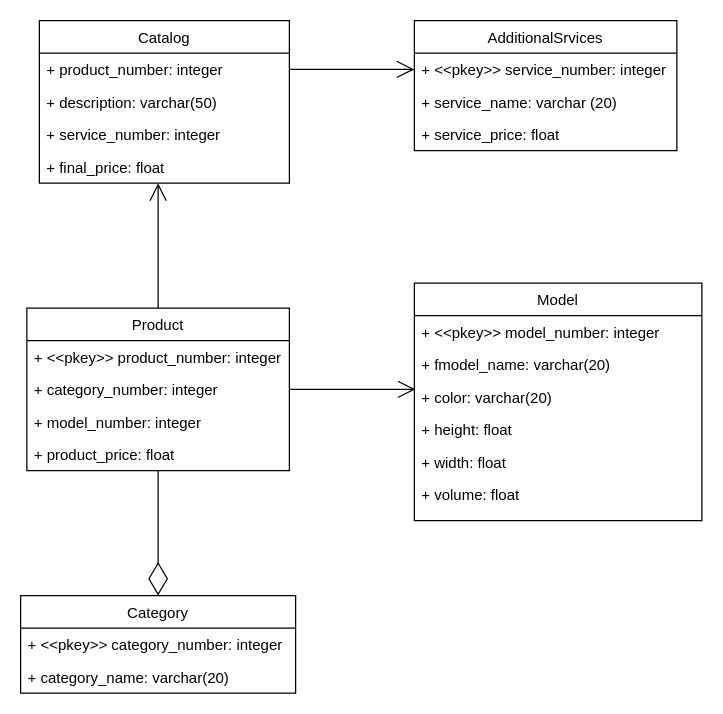
Above: page "Page-1" (1 of 4) of Untitled Diagram.drawio in Someone-dono/- (draw.io), before the change. Source tidied: cells renumbered, new cells numbered last; positions are measured from the earlier drawing's top-left corner, leaving out a move shared by most shapes. Both pictures are drawn from the tidied source at 125%, with x=0, y=0 at pixel (20, 20).
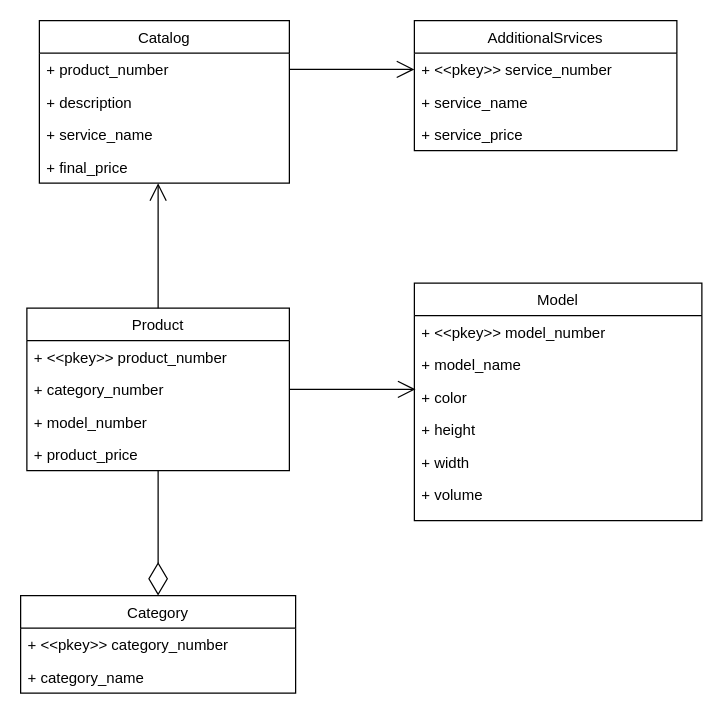
Above is the later version.

The change refers to these unchanged cells:
```xml
<mxCell id="3" value="AdditionalSrvices" style="swimlane;fontStyle=0;horizontal=1;startSize=26;fillColor=none;" parent="2" vertex="1">
  <mxGeometry x="315" width="210" height="104" as="geometry" />
</mxCell>
<mxCell id="7" value="Catalog" style="swimlane;fontStyle=0;horizontal=1;startSize=26;fillColor=none;" parent="2" vertex="1">
  <mxGeometry x="15" width="200" height="130" as="geometry" />
</mxCell>
<mxCell id="12" value="Product" style="swimlane;fontStyle=0;horizontal=1;startSize=26;fillColor=none;" parent="2" vertex="1">
  <mxGeometry x="5" y="230" width="210" height="130" as="geometry" />
</mxCell>
<mxCell id="17" value="Category" style="swimlane;fontStyle=0;horizontal=1;startSize=26;fillColor=none;" parent="2" vertex="1">
  <mxGeometry y="460" width="220" height="78" as="geometry" />
</mxCell>
<mxCell id="20" value="Model" style="swimlane;fontStyle=0;horizontal=1;startSize=26;fillColor=none;" parent="2" vertex="1">
  <mxGeometry x="315" y="210" width="230" height="190" as="geometry" />
</mxCell>
```

What changed in the source:
```diff
@@
-    <mxCell id="4" value="+ &lt;&lt;pkey&gt;&gt; service_number: integer" style="text;strokeColor=none;fillColor=none;align=left;verticalAlign=top;spacingLeft=4;spacingRight=4;overflow=hidden;points=[[0,0.5],[1,0.5]];portConstraint=eastwest;" parent="3" vertex="1">
+    <mxCell id="4" value="+ &lt;&lt;pkey&gt;&gt; service_number" style="text;strokeColor=none;fillColor=none;align=left;verticalAlign=top;spacingLeft=4;spacingRight=4;overflow=hidden;points=[[0,0.5],[1,0.5]];portConstraint=eastwest;" parent="3" vertex="1">
       <mxGeometry y="26" width="210" height="26" as="geometry" />
     </mxCell>
-    <mxCell id="5" value="+ service_name: varchar (20)" style="text;strokeColor=none;fillColor=none;align=left;verticalAlign=top;spacingLeft=4;spacingRight=4;overflow=hidden;" parent="3" vertex="1">
+    <mxCell id="5" value="+ service_name" style="text;strokeColor=none;fillColor=none;align=left;verticalAlign=top;spacingLeft=4;spacingRight=4;overflow=hidden;" parent="3" vertex="1">
       <mxGeometry y="52" width="210" height="26" as="geometry" />
     </mxCell>
-    <mxCell id="6" value="+ service_price: float" style="text;strokeColor=none;fillColor=none;align=left;verticalAlign=top;spacingLeft=4;spacingRight=4;overflow=hidden;" parent="3" vertex="1">
+    <mxCell id="6" value="+ service_price" style="text;strokeColor=none;fillColor=none;align=left;verticalAlign=top;spacingLeft=4;spacingRight=4;overflow=hidden;" parent="3" vertex="1">
       <mxGeometry y="78" width="210" height="26" as="geometry" />
     </mxCell>
@@
-    <mxCell id="8" value="+ product_number: integer" style="text;strokeColor=none;fillColor=none;align=left;verticalAlign=top;spacingLeft=4;spacingRight=4;overflow=hidden;points=[[0,0.5],[1,0.5]];portConstraint=eastwest;" parent="7" vertex="1">
+    <mxCell id="8" value="+ product_number" style="text;strokeColor=none;fillColor=none;align=left;verticalAlign=top;spacingLeft=4;spacingRight=4;overflow=hidden;points=[[0,0.5],[1,0.5]];portConstraint=eastwest;" parent="7" vertex="1">
       <mxGeometry y="26" width="200" height="26" as="geometry" />
     </mxCell>
-    <mxCell id="9" value="+ description: varchar(50)" style="text;strokeColor=none;fillColor=none;align=left;verticalAlign=top;spacingLeft=4;spacingRight=4;overflow=hidden;" parent="7" vertex="1">
+    <mxCell id="9" value="+ description" style="text;strokeColor=none;fillColor=none;align=left;verticalAlign=top;spacingLeft=4;spacingRight=4;overflow=hidden;" parent="7" vertex="1">
       <mxGeometry y="52" width="200" height="26" as="geometry" />
     </mxCell>
-    <mxCell id="10" value="+ service_number: integer" style="text;strokeColor=none;fillColor=none;align=left;verticalAlign=top;spacingLeft=4;spacingRight=4;overflow=hidden;" parent="7" vertex="1">
+    <mxCell id="10" value="+ service_name" style="text;strokeColor=none;fillColor=none;align=left;verticalAlign=top;spacingLeft=4;spacingRight=4;overflow=hidden;" parent="7" vertex="1">
       <mxGeometry y="78" width="200" height="26" as="geometry" />
     </mxCell>
-    <mxCell id="11" value="+ final_price: float" style="text;strokeColor=none;fillColor=none;align=left;verticalAlign=top;spacingLeft=4;spacingRight=4;overflow=hidden;" parent="7" vertex="1">
+    <mxCell id="11" value="+ final_price" style="text;strokeColor=none;fillColor=none;align=left;verticalAlign=top;spacingLeft=4;spacingRight=4;overflow=hidden;" parent="7" vertex="1">
       <mxGeometry y="104" width="200" height="26" as="geometry" />
     </mxCell>
@@
-    <mxCell id="13" value="+ &lt;&lt;pkey&gt;&gt; product_number: integer" style="text;strokeColor=none;fillColor=none;align=left;verticalAlign=top;spacingLeft=4;spacingRight=4;overflow=hidden;" parent="12" vertex="1">
+    <mxCell id="13" value="+ &lt;&lt;pkey&gt;&gt; product_number" style="text;strokeColor=none;fillColor=none;align=left;verticalAlign=top;spacingLeft=4;spacingRight=4;overflow=hidden;" parent="12" vertex="1">
       <mxGeometry y="26" width="210" height="26" as="geometry" />
     </mxCell>
-    <mxCell id="14" value="+ category_number: integer" style="text;strokeColor=none;fillColor=none;align=left;verticalAlign=top;spacingLeft=4;spacingRight=4;overflow=hidden;points=[[0,0.5],[1,0.5]];portConstraint=eastwest;" parent="12" vertex="1">
+    <mxCell id="14" value="+ category_number" style="text;strokeColor=none;fillColor=none;align=left;verticalAlign=top;spacingLeft=4;spacingRight=4;overflow=hidden;points=[[0,0.5],[1,0.5]];portConstraint=eastwest;" parent="12" vertex="1">
       <mxGeometry y="52" width="210" height="26" as="geometry" />
     </mxCell>
-    <mxCell id="15" value="+ model_number: integer" style="text;strokeColor=none;fillColor=none;align=left;verticalAlign=top;spacingLeft=4;spacingRight=4;overflow=hidden;" parent="12" vertex="1">
+    <mxCell id="15" value="+ model_number" style="text;strokeColor=none;fillColor=none;align=left;verticalAlign=top;spacingLeft=4;spacingRight=4;overflow=hidden;" parent="12" vertex="1">
       <mxGeometry y="78" width="210" height="26" as="geometry" />
     </mxCell>
-    <mxCell id="16" value="+ product_price: float" style="text;strokeColor=none;fillColor=none;align=left;verticalAlign=top;spacingLeft=4;spacingRight=4;overflow=hidden;points=[[0,0.5],[1,0.5]];portConstraint=eastwest;" parent="12" vertex="1">
+    <mxCell id="16" value="+ product_price" style="text;strokeColor=none;fillColor=none;align=left;verticalAlign=top;spacingLeft=4;spacingRight=4;overflow=hidden;points=[[0,0.5],[1,0.5]];portConstraint=eastwest;" parent="12" vertex="1">
       <mxGeometry y="104" width="210" height="26" as="geometry" />
     </mxCell>
@@
-    <mxCell id="18" value="+ &lt;&lt;pkey&gt;&gt; category_number: integer" style="text;strokeColor=none;fillColor=none;align=left;verticalAlign=top;spacingLeft=4;spacingRight=4;overflow=hidden;" parent="17" vertex="1">
+    <mxCell id="18" value="+ &lt;&lt;pkey&gt;&gt; category_number" style="text;strokeColor=none;fillColor=none;align=left;verticalAlign=top;spacingLeft=4;spacingRight=4;overflow=hidden;" parent="17" vertex="1">
       <mxGeometry y="26" width="220" height="26" as="geometry" />
     </mxCell>
-    <mxCell id="19" value="+ category_name: varchar(20)" style="text;strokeColor=none;fillColor=none;align=left;verticalAlign=top;spacingLeft=4;spacingRight=4;overflow=hidden;" parent="17" vertex="1">
+    <mxCell id="19" value="+ category_name" style="text;strokeColor=none;fillColor=none;align=left;verticalAlign=top;spacingLeft=4;spacingRight=4;overflow=hidden;" parent="17" vertex="1">
       <mxGeometry y="52" width="220" height="26" as="geometry" />
     </mxCell>
@@
-    <mxCell id="21" value="+ &lt;&lt;pkey&gt;&gt; model_number: integer" style="text;strokeColor=none;fillColor=none;align=left;verticalAlign=top;spacingLeft=4;spacingRight=4;overflow=hidden;" parent="20" vertex="1">
+    <mxCell id="21" value="+ &lt;&lt;pkey&gt;&gt; model_number" style="text;strokeColor=none;fillColor=none;align=left;verticalAlign=top;spacingLeft=4;spacingRight=4;overflow=hidden;" parent="20" vertex="1">
       <mxGeometry y="26" width="230" height="26" as="geometry" />
     </mxCell>
-    <mxCell id="22" value="+ fmodel_name: varchar(20)" style="text;strokeColor=none;fillColor=none;align=left;verticalAlign=top;spacingLeft=4;spacingRight=4;overflow=hidden;" parent="20" vertex="1">
+    <mxCell id="22" value="+ model_name" style="text;strokeColor=none;fillColor=none;align=left;verticalAlign=top;spacingLeft=4;spacingRight=4;overflow=hidden;" parent="20" vertex="1">
       <mxGeometry y="52" width="230" height="26" as="geometry" />
     </mxCell>
-    <mxCell id="23" value="+ color: varchar(20)" style="text;strokeColor=none;fillColor=none;align=left;verticalAlign=top;spacingLeft=4;spacingRight=4;overflow=hidden;points=[[0,0.5],[1,0.5]];portConstraint=eastwest;" parent="20" vertex="1">
+    <mxCell id="23" value="+ color" style="text;strokeColor=none;fillColor=none;align=left;verticalAlign=top;spacingLeft=4;spacingRight=4;overflow=hidden;points=[[0,0.5],[1,0.5]];portConstraint=eastwest;" parent="20" vertex="1">
       <mxGeometry y="78" width="230" height="26" as="geometry" />
     </mxCell>
-    <mxCell id="24" value="+ height: float" style="text;strokeColor=none;fillColor=none;align=left;verticalAlign=top;spacingLeft=4;spacingRight=4;overflow=hidden;" parent="20" vertex="1">
+    <mxCell id="24" value="+ height" style="text;strokeColor=none;fillColor=none;align=left;verticalAlign=top;spacingLeft=4;spacingRight=4;overflow=hidden;" parent="20" vertex="1">
       <mxGeometry y="104" width="230" height="26" as="geometry" />
     </mxCell>
-    <mxCell id="25" value="+ width: float" style="text;strokeColor=none;fillColor=none;align=left;verticalAlign=top;spacingLeft=4;spacingRight=4;overflow=hidden;" parent="20" vertex="1">
+    <mxCell id="25" value="+ width" style="text;strokeColor=none;fillColor=none;align=left;verticalAlign=top;spacingLeft=4;spacingRight=4;overflow=hidden;" parent="20" vertex="1">
       <mxGeometry y="130" width="230" height="26" as="geometry" />
     </mxCell>
-    <mxCell id="26" value="+ volume: float" style="text;strokeColor=none;fillColor=none;align=left;verticalAlign=top;spacingLeft=4;spacingRight=4;overflow=hidden;" parent="20" vertex="1">
+    <mxCell id="26" value="+ volume" style="text;strokeColor=none;fillColor=none;align=left;verticalAlign=top;spacingLeft=4;spacingRight=4;overflow=hidden;" parent="20" vertex="1">
       <mxGeometry y="156" width="230" height="34" as="geometry" />
     </mxCell>
```
